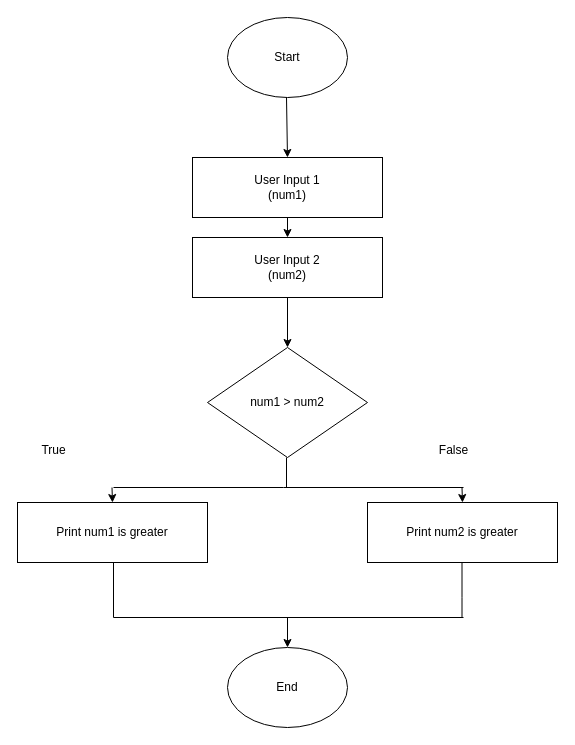
The draw.io diagram Untitled Diagram.drawio in RabbitsAreUs/CS100, before the edit. Source tidied: cells renumbered, new cells numbered last; positions are measured from the earlier drawing's top-left corner, leaving out a move shared by most shapes. Both pictures are drawn from the tidied source at 100%, with x=0, y=0 at pixel (17, 17).
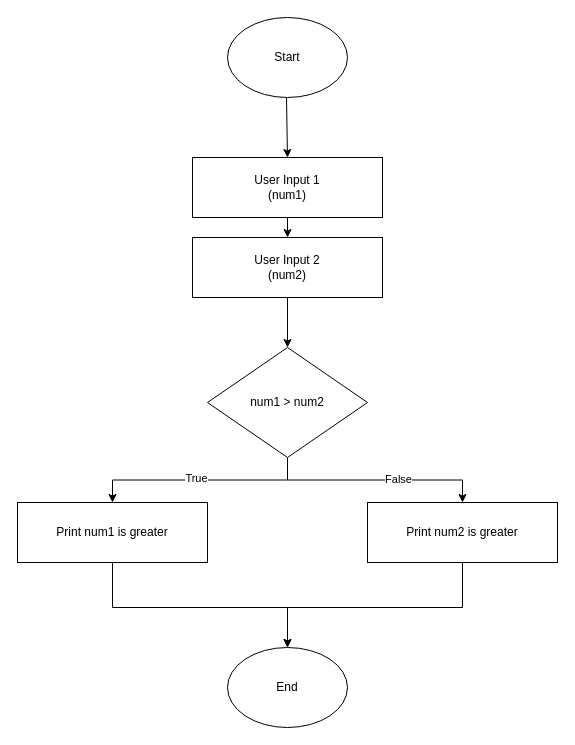
The same diagram, later.

The change refers to these unchanged cells:
```xml
<mxCell id="5" value="num1 &amp;gt; num2" style="rhombus;whiteSpace=wrap;html=1;" parent="1" vertex="1">
  <mxGeometry x="190" y="330" width="160" height="110" as="geometry" />
</mxCell>
<mxCell id="6" value="Print num1 is greater" style="rounded=0;whiteSpace=wrap;html=1;" parent="1" vertex="1">
  <mxGeometry y="485" width="190" height="60" as="geometry" />
</mxCell>
<mxCell id="7" value="Print num2 is greater" style="rounded=0;whiteSpace=wrap;html=1;" parent="1" vertex="1">
  <mxGeometry x="350" y="485" width="190" height="60" as="geometry" />
</mxCell>
<mxCell id="8" value="End" style="ellipse;whiteSpace=wrap;html=1;" parent="1" vertex="1">
  <mxGeometry x="210" y="630" width="120" height="80" as="geometry" />
</mxCell>
```

What changed in the source:
```diff
@@
+    <mxCell id="24" style="edgeStyle=orthogonalEdgeStyle;rounded=0;jettySize=auto;html=1;entryX=0.5;entryY=0;entryDx=0;entryDy=0;" parent="1" edge="1" source="5" target="6">
+      <mxGeometry relative="1" as="geometry" />
+    </mxCell>
+    <mxCell id="22" value="True" style="edgeLabel;html=1;align=center;verticalAlign=middle;" parent="24" vertex="1">
+      <mxGeometry x="0.04" y="-2" relative="1" as="geometry" />
+    </mxCell>
+    <mxCell id="25" style="edgeStyle=orthogonalEdgeStyle;rounded=0;jettySize=auto;html=1;entryX=0.5;entryY=0;entryDx=0;entryDy=0;" parent="1" edge="1" source="5" target="7">
+      <mxGeometry relative="1" as="geometry" />
+    </mxCell>
+    <mxCell id="23" value="False" style="edgeLabel;html=1;align=center;verticalAlign=middle;" parent="25" vertex="1">
+      <mxGeometry x="0.2" y="2" relative="1" as="geometry">
+        <mxPoint x="1" y="1" as="offset" />
+      </mxGeometry>
+    </mxCell>
@@
+    <mxCell id="26" style="edgeStyle=orthogonalEdgeStyle;rounded=0;jettySize=auto;html=1;entryX=0.5;entryY=0;entryDx=0;entryDy=0;" parent="1" edge="1" source="6" target="8">
+      <mxGeometry relative="1" as="geometry">
+        <Array as="points">
+          <mxPoint x="95" y="590" />
+          <mxPoint x="270" y="590" />
+        </Array>
+      </mxGeometry>
+    </mxCell>
@@
+    <mxCell id="27" style="edgeStyle=orthogonalEdgeStyle;rounded=0;jettySize=auto;html=1;exitX=0.5;exitY=1;exitDx=0;exitDy=0;entryX=0.5;entryY=0;entryDx=0;entryDy=0;" parent="1" edge="1" source="7" target="8">
+      <mxGeometry relative="1" as="geometry">
+        <Array as="points">
+          <mxPoint x="445" y="590" />
+          <mxPoint x="270" y="590" />
+        </Array>
+      </mxGeometry>
+    </mxCell>
@@
-    <mxCell id="9" style="endArrow=none;html=1;rounded=0;" parent="1" edge="1">
-      <mxGeometry relative="1" as="geometry">
-        <mxPoint x="444.5" y="600" as="sourcePoint" />
-        <mxPoint x="444.5" y="545" as="targetPoint" />
-        <Array as="points">
-          <mxPoint x="444.5" y="580" />
-        </Array>
-      </mxGeometry>
-    </mxCell>
-    <mxCell id="10" style="endArrow=none;html=1;rounded=0;" parent="1" edge="1">
-      <mxGeometry relative="1" as="geometry">
-        <mxPoint x="96" y="545" as="sourcePoint" />
-        <mxPoint x="96" y="600" as="targetPoint" />
-      </mxGeometry>
-    </mxCell>
-    <mxCell id="11" style="endArrow=none;html=1;rounded=0;" parent="1" edge="1">
-      <mxGeometry relative="1" as="geometry">
-        <mxPoint x="266" y="470" as="sourcePoint" />
-        <mxPoint x="96" y="470" as="targetPoint" />
-      </mxGeometry>
-    </mxCell>
-    <mxCell id="12" style="endArrow=none;html=1;rounded=0;" parent="1" edge="1">
-      <mxGeometry relative="1" as="geometry">
-        <mxPoint x="276" y="600" as="sourcePoint" />
-        <mxPoint x="446" y="600" as="targetPoint" />
-      </mxGeometry>
-    </mxCell>
@@
-    <mxCell id="14" style="edgeStyle=orthogonalEdgeStyle;rounded=0;jettySize=auto;html=1;entryX=0.5;entryY=0;entryDx=0;entryDy=0;" parent="1" edge="1" target="8">
-      <mxGeometry relative="1" as="geometry">
-        <mxPoint x="276" y="600" as="sourcePoint" />
-      </mxGeometry>
-    </mxCell>
@@
-    <mxCell id="17" style="endArrow=none;html=1;rounded=0;" parent="1" edge="1">
-      <mxGeometry relative="1" as="geometry">
-        <mxPoint x="269" y="440" as="sourcePoint" />
-        <mxPoint x="269" y="470" as="targetPoint" />
-      </mxGeometry>
-    </mxCell>
-    <mxCell id="18" style="endArrow=none;html=1;rounded=0;" parent="1" edge="1">
-      <mxGeometry relative="1" as="geometry">
-        <mxPoint x="446" y="470" as="sourcePoint" />
-        <mxPoint x="266" y="470" as="targetPoint" />
-      </mxGeometry>
-    </mxCell>
-    <mxCell id="19" style="endArrow=classic;html=1;rounded=0;entryX=0.5;entryY=0;entryDx=0;entryDy=0;" parent="1" edge="1" target="6">
-      <mxGeometry relative="1" as="geometry">
-        <mxPoint x="94.5" y="470" as="sourcePoint" />
-      </mxGeometry>
-    </mxCell>
-    <mxCell id="20" style="endArrow=classic;html=1;rounded=0;entryX=0.5;entryY=0;entryDx=0;entryDy=0;" parent="1" edge="1">
-      <mxGeometry relative="1" as="geometry">
-        <mxPoint x="444.5" y="470" as="sourcePoint" />
-        <mxPoint x="445" y="485" as="targetPoint" />
-      </mxGeometry>
-    </mxCell>
-    <mxCell id="21" style="endArrow=none;html=1;rounded=0;" parent="1" edge="1">
-      <mxGeometry relative="1" as="geometry">
-        <mxPoint x="96" y="600" as="sourcePoint" />
-        <mxPoint x="296" y="600" as="targetPoint" />
-      </mxGeometry>
-    </mxCell>
-    <mxCell id="22" value="True" style="text;html=1;align=center;verticalAlign=middle;strokeColor=none;fillColor=none;" parent="1" vertex="1">
-      <mxGeometry x="11" y="418" width="50" height="30" as="geometry" />
-    </mxCell>
-    <mxCell id="23" value="False" style="text;html=1;align=center;verticalAlign=middle;strokeColor=none;fillColor=none;" parent="1" vertex="1">
-      <mxGeometry x="411" y="418" width="50" height="30" as="geometry" />
-    </mxCell>
```
